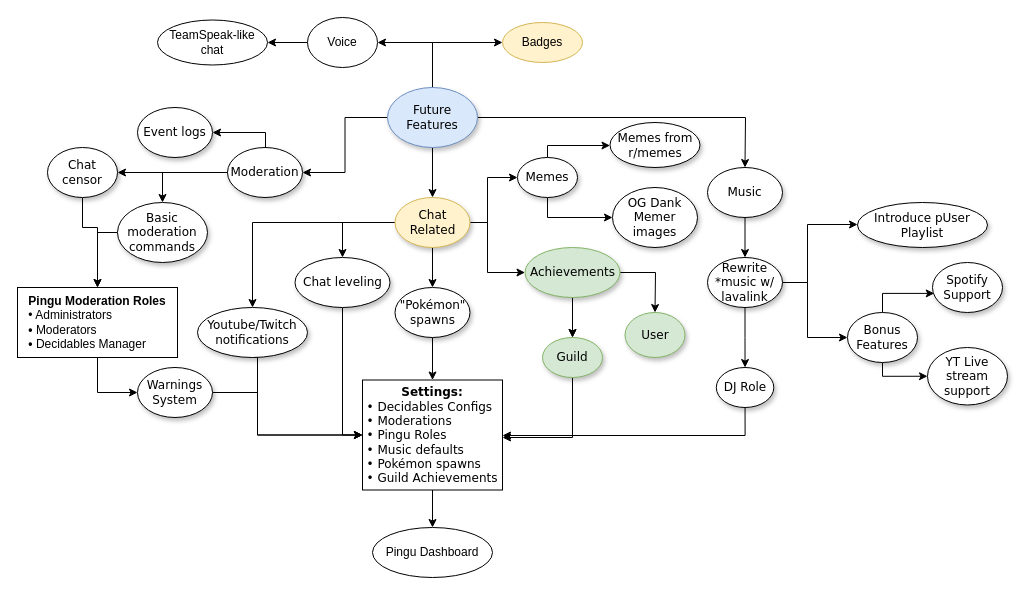
Before: Planning/Pingu Plan.drawio in DanielSimonsen90/Pingu--Classic, a draw.io diagram. Source tidied: cells renumbered, new cells numbered last; positions are measured from the earlier drawing's top-left corner, leaving out a move shared by most shapes. Both pictures are drawn from the tidied source at 100%, with x=0, y=0 at pixel (17, 17).
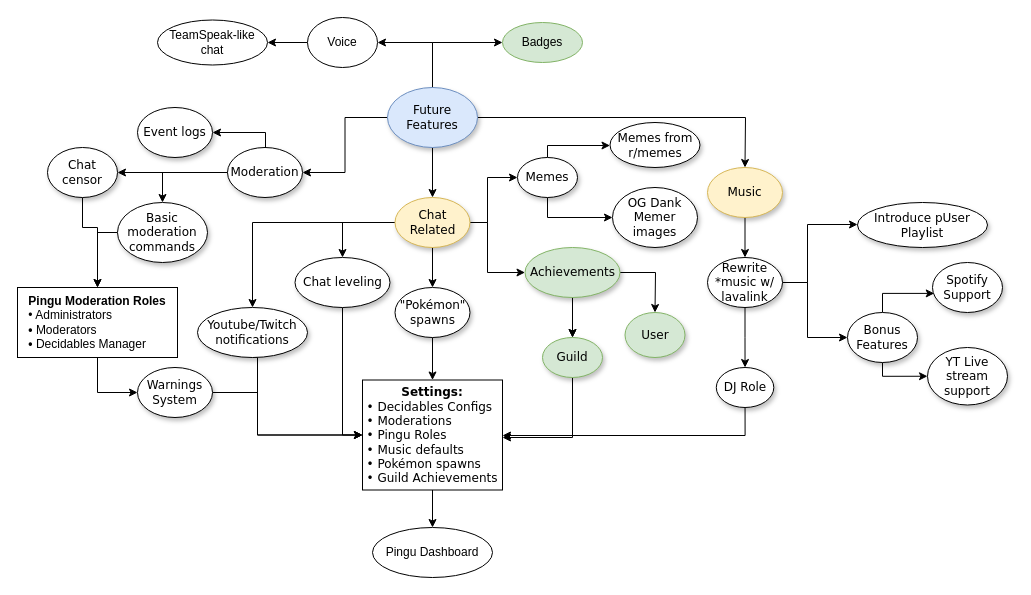
The same page after the edit.

Commit message (it also covers changes not shown here):
Gotta keep plan updated

The edit, as a diff of the source:
```diff
@@
-    <mxCell id="25" value="&lt;span&gt;Music&lt;/span&gt;" style="ellipse;whiteSpace=wrap;html=1;rounded=0;shadow=1;comic=0;labelBackgroundColor=none;strokeWidth=1;fontFamily=Verdana;fontSize=12;align=center;fontStyle=0;" parent="1" vertex="1">
+    <mxCell id="25" value="&lt;span&gt;Music&lt;/span&gt;" style="ellipse;whiteSpace=wrap;html=1;rounded=0;shadow=1;comic=0;labelBackgroundColor=none;strokeWidth=1;fontFamily=Verdana;fontSize=12;align=center;fontStyle=0;fillColor=#fff2cc;strokeColor=#d6b656;" parent="1" vertex="1">
       <mxGeometry x="690" y="150" width="75" height="50" as="geometry" />
     </mxCell>
@@
-    <mxCell id="65" value="Badges" style="ellipse;whiteSpace=wrap;html=1;fillColor=#fff2cc;strokeColor=#d6b656;" parent="1" vertex="1">
+    <mxCell id="65" value="Badges" style="ellipse;whiteSpace=wrap;html=1;fillColor=#d5e8d4;strokeColor=#82b366;" parent="1" vertex="1">
       <mxGeometry x="485" y="5" width="80" height="40" as="geometry" />
     </mxCell>
```
